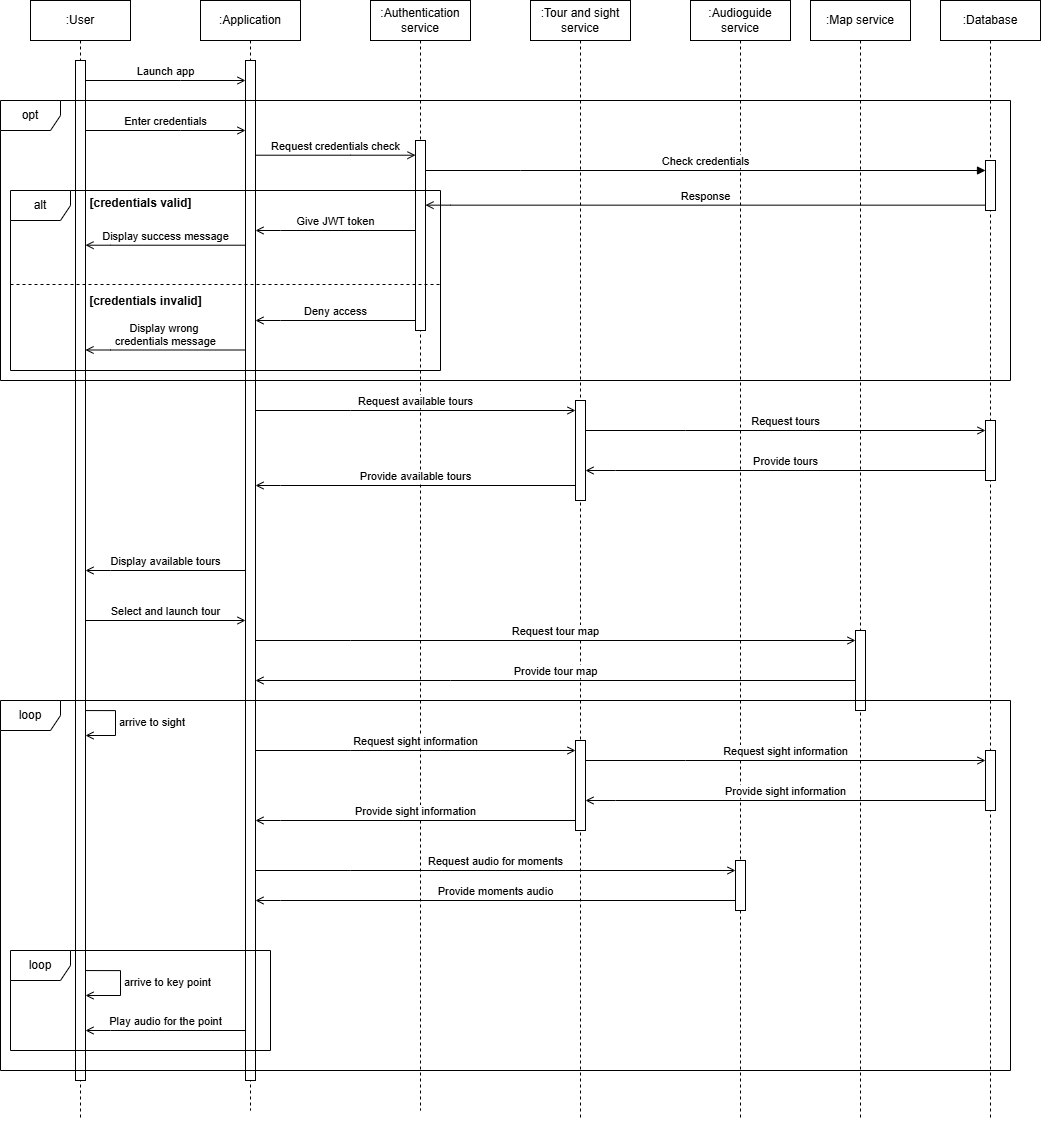
This is documentation/diagrams/Sequence Diagram.png from LatinMapsLives/GigaGuide, a draw.io export, as it was before one commit. Source tidied: cells renumbered, new cells last; positions are measured from the earlier drawing's top-left corner, leaving out a move shared by most shapes.
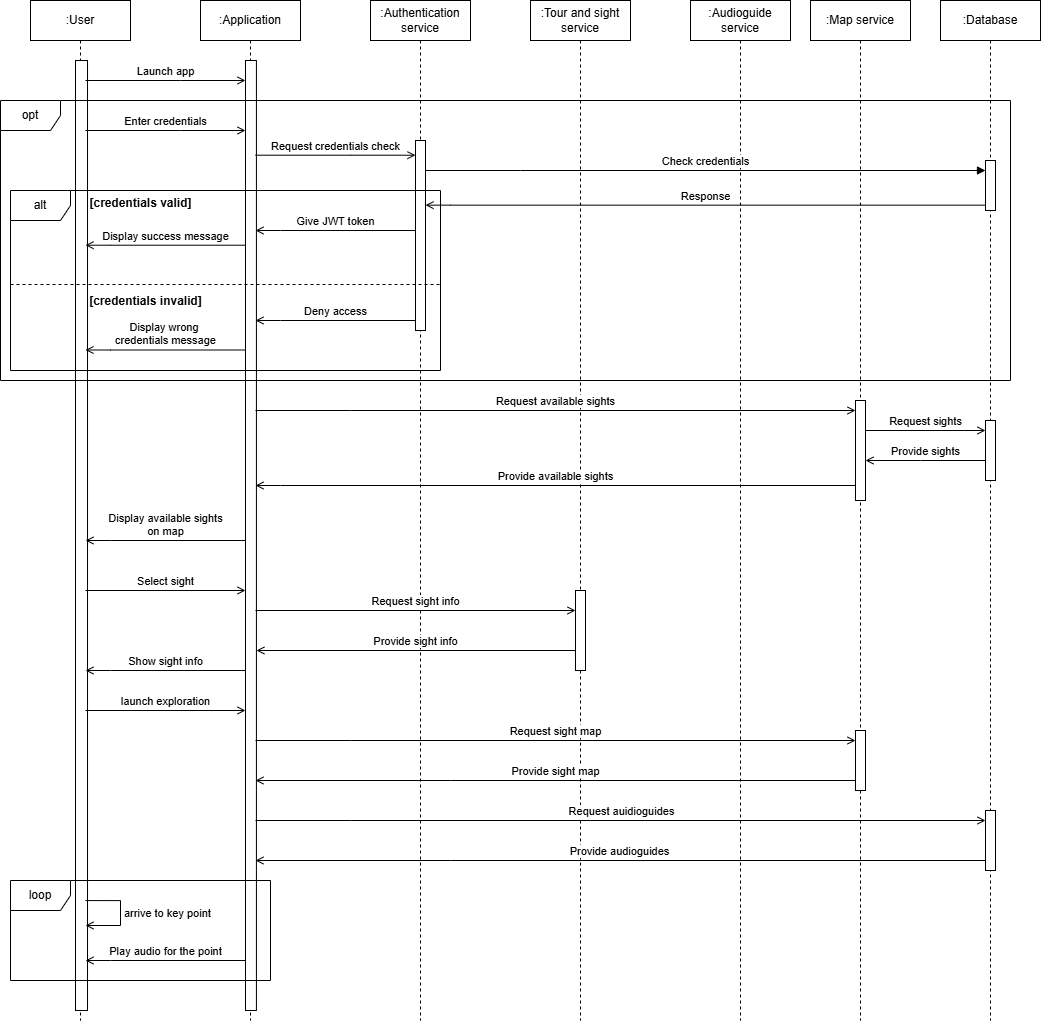
Above is the later version.

Change to the diagram source:
```diff
@@ -3,64 +3,91 @@
     <mxCell id="0" />
     <mxCell id="1" parent="0" />
     <mxCell id="2" value=":Application" style="shape=umlLifeline;perimeter=lifelinePerimeter;whiteSpace=wrap;html=1;newEdgeStyle={&quot;curved&quot;:0,&quot;rounded&quot;:0};" parent="1" vertex="1">
-      <mxGeometry x="200" width="100" height="1110" as="geometry" />
+      <mxGeometry x="200" width="100" height="1020" as="geometry" />
     </mxCell>
     <mxCell id="3" style="html=1;points=[[0,0,0,0,5],[0,1,0,0,-5],[1,0,0,0,5],[1,1,0,0,-5]];perimeter=orthogonalPerimeter;outlineConnect=0;targetShapes=umlLifeline;portConstraint=eastwest;newEdgeStyle={&quot;curved&quot;:0,&quot;rounded&quot;:0};" parent="1" vertex="1">
-      <mxGeometry x="245" y="60" width="10" height="1020" as="geometry" />
+      <mxGeometry x="245" y="60" width="10.9" height="950" as="geometry" />
     </mxCell>
     <mxCell id="4" value=":User" style="shape=umlLifeline;perimeter=lifelinePerimeter;whiteSpace=wrap;html=1;newEdgeStyle={&quot;curved&quot;:0,&quot;rounded&quot;:0};" parent="1" vertex="1">
-      <mxGeometry x="30" width="100" height="1120" as="geometry" />
+      <mxGeometry x="30" width="100" height="1020" as="geometry" />
     </mxCell>
     <mxCell id="5" style="html=1;perimeter=orthogonalPerimeter;targetShapes=umlLifeline;newEdgeStyle={&quot;curved&quot;:0,&quot;rounded&quot;:0};" parent="4" vertex="1">
-      <mxGeometry x="45" y="60" width="10" height="1020" as="geometry" />
+      <mxGeometry x="45" y="60" width="12" height="950" as="geometry" />
     </mxCell>
-    <mxCell id="6" value="arrive to sight" style="html=1;align=left;spacingLeft=2;endArrow=open;rounded=0;edgeStyle=orthogonalEdgeStyle;curved=0;rounded=0;endFill=0;" parent="4" edge="1">
-      <mxGeometry relative="1" as="geometry">
-        <mxPoint x="55" y="710.1" as="sourcePoint" />
-        <mxPoint x="55" y="735" as="targetPoint" />
-        <Array as="points">
-          <mxPoint x="85" y="710" />
-          <mxPoint x="85" y="735" />
-        </Array>
-      </mxGeometry>
-    </mxCell>
-    <mxCell id="7" value="arrive to key point" style="html=1;align=left;spacingLeft=2;endArrow=open;rounded=0;edgeStyle=orthogonalEdgeStyle;curved=0;rounded=0;endFill=0;" parent="4" edge="1">
-      <mxGeometry relative="1" as="geometry">
-        <mxPoint x="55" y="970.1" as="sourcePoint" />
-        <mxPoint x="55" y="995" as="targetPoint" />
-        <Array as="points">
-          <mxPoint x="90" y="970" />
-          <mxPoint x="90" y="995" />
-        </Array>
-      </mxGeometry>
-    </mxCell>
     <mxCell id="8" value=":Database" style="shape=umlLifeline;perimeter=lifelinePerimeter;whiteSpace=wrap;html=1;newEdgeStyle={&quot;curved&quot;:0,&quot;rounded&quot;:0};" parent="1" vertex="1">
-      <mxGeometry x="940" width="100" height="1120" as="geometry" />
+      <mxGeometry x="940" width="100" height="1020" as="geometry" />
     </mxCell>
+    <mxCell id="52" style="html=1;points=[[0,0,0,0,5],[0,1,0,0,-5],[1,0,0,0,5],[1,1,0,0,-5]];perimeter=orthogonalPerimeter;outlineConnect=0;targetShapes=umlLifeline;portConstraint=eastwest;newEdgeStyle={&quot;curved&quot;:0,&quot;rounded&quot;:0};" parent="8" vertex="1">
+      <mxGeometry x="45" y="810" width="10" height="60" as="geometry" />
+    </mxCell>
     <mxCell id="9" value=":Authentication service" style="shape=umlLifeline;perimeter=lifelinePerimeter;whiteSpace=wrap;html=1;newEdgeStyle={&quot;curved&quot;:0,&quot;rounded&quot;:0};" parent="1" vertex="1">
-      <mxGeometry x="370" width="100" height="1110" as="geometry" />
+      <mxGeometry x="370" width="100" height="1020" as="geometry" />
     </mxCell>
     <mxCell id="10" value=":Tour and sight service" style="shape=umlLifeline;perimeter=lifelinePerimeter;whiteSpace=wrap;html=1;newEdgeStyle={&quot;curved&quot;:0,&quot;rounded&quot;:0};" parent="1" vertex="1">
-      <mxGeometry x="530" width="100" height="1120" as="geometry" />
+      <mxGeometry x="530" width="100" height="1020" as="geometry" />
     </mxCell>
+    <mxCell id="53" style="html=1;perimeter=orthogonalPerimeter;targetShapes=umlLifeline;newEdgeStyle={&quot;curved&quot;:0,&quot;rounded&quot;:0};" parent="10" vertex="1">
+      <mxGeometry x="45" y="590" width="10" height="80" as="geometry" />
+    </mxCell>
+    <mxCell id="13" value=":Audioguide service" style="shape=umlLifeline;perimeter=lifelinePerimeter;whiteSpace=wrap;html=1;newEdgeStyle={&quot;curved&quot;:0,&quot;rounded&quot;:0};" parent="1" vertex="1">
+      <mxGeometry x="690" width="100" height="1020" as="geometry" />
+    </mxCell>
+    <mxCell id="15" value=":Map service" style="shape=umlLifeline;perimeter=lifelinePerimeter;whiteSpace=wrap;html=1;newEdgeStyle={&quot;curved&quot;:0,&quot;rounded&quot;:0};" parent="1" vertex="1">
+      <mxGeometry x="810" width="100" height="1020" as="geometry" />
+    </mxCell>
-    <mxCell id="11" style="html=1;points=[[0,0,0,0,5],[0,1,0,0,-5],[1,0,0,0,5],[1,1,0,0,-5]];perimeter=orthogonalPerimeter;outlineConnect=0;targetShapes=umlLifeline;portConstraint=eastwest;newEdgeStyle={&quot;curved&quot;:0,&quot;rounded&quot;:0};" parent="10" vertex="1">
+    <mxCell id="11" style="html=1;points=[[0,0,0,0,5],[0,1,0,0,-5],[1,0,0,0,5],[1,1,0,0,-5]];perimeter=orthogonalPerimeter;outlineConnect=0;targetShapes=umlLifeline;portConstraint=eastwest;newEdgeStyle={&quot;curved&quot;:0,&quot;rounded&quot;:0};" parent="15" vertex="1">
       <mxGeometry x="45" y="400" width="10" height="100" as="geometry" />
     </mxCell>
-    <mxCell id="12" style="html=1;points=[[0,0,0,0,5],[0,1,0,0,-5],[1,0,0,0,5],[1,1,0,0,-5]];perimeter=orthogonalPerimeter;outlineConnect=0;targetShapes=umlLifeline;portConstraint=eastwest;newEdgeStyle={&quot;curved&quot;:0,&quot;rounded&quot;:0};" parent="10" vertex="1">
-      <mxGeometry x="45" y="740" width="10" height="90" as="geometry" />
-    </mxCell>
-    <mxCell id="13" value=":Audioguide service" style="shape=umlLifeline;perimeter=lifelinePerimeter;whiteSpace=wrap;html=1;newEdgeStyle={&quot;curved&quot;:0,&quot;rounded&quot;:0};" parent="1" vertex="1">
-      <mxGeometry x="690" width="100" height="1120" as="geometry" />
-    </mxCell>
-    <mxCell id="14" style="html=1;points=[[0,0,0,0,5],[0,1,0,0,-5],[1,0,0,0,5],[1,1,0,0,-5]];perimeter=orthogonalPerimeter;outlineConnect=0;targetShapes=umlLifeline;portConstraint=eastwest;newEdgeStyle={&quot;curved&quot;:0,&quot;rounded&quot;:0};" parent="13" vertex="1">
-      <mxGeometry x="45" y="860" width="10" height="50" as="geometry" />
-    </mxCell>
-    <mxCell id="15" value=":Map service" style="shape=umlLifeline;perimeter=lifelinePerimeter;whiteSpace=wrap;html=1;newEdgeStyle={&quot;curved&quot;:0,&quot;rounded&quot;:0};" parent="1" vertex="1">
-      <mxGeometry x="810" width="100" height="1120" as="geometry" />
-    </mxCell>
     <mxCell id="16" style="html=1;points=[[0,0,0,0,5],[0,1,0,0,-5],[1,0,0,0,5],[1,1,0,0,-5]];perimeter=orthogonalPerimeter;outlineConnect=0;targetShapes=umlLifeline;portConstraint=eastwest;newEdgeStyle={&quot;curved&quot;:0,&quot;rounded&quot;:0};" parent="15" vertex="1">
-      <mxGeometry x="45" y="630" width="10" height="80" as="geometry" />
+      <mxGeometry x="45" y="730" width="10" height="60" as="geometry" />
     </mxCell>
+    <mxCell id="33" value="Display available sights&lt;div&gt;on map&lt;/div&gt;" style="html=1;verticalAlign=bottom;endArrow=open;curved=0;rounded=0;endFill=0;" parent="15" edge="1">
+      <mxGeometry relative="1" as="geometry">
+        <mxPoint x="-565" y="540" as="sourcePoint" />
+        <mxPoint x="-725" y="540" as="targetPoint" />
+        <Array as="points">
+          <mxPoint x="-700" y="540" />
+        </Array>
+      </mxGeometry>
+    </mxCell>
+    <mxCell id="34" value="Select sight" style="html=1;verticalAlign=bottom;endArrow=open;curved=0;rounded=0;endFill=0;" parent="15" edge="1">
+      <mxGeometry relative="1" as="geometry">
+        <mxPoint x="-725" y="590" as="sourcePoint" />
+        <mxPoint x="-565" y="590" as="targetPoint" />
+      </mxGeometry>
+    </mxCell>
+    <mxCell id="35" value="Request sight map" style="html=1;verticalAlign=bottom;endArrow=open;curved=0;rounded=0;endFill=0;" parent="15" edge="1" target="16">
+      <mxGeometry relative="1" as="geometry">
+        <mxPoint x="-555" y="740" as="sourcePoint" />
+        <Array as="points">
+          <mxPoint x="-460" y="740" />
+        </Array>
+      </mxGeometry>
+    </mxCell>
+    <mxCell id="38" value="Provide sight map" style="html=1;verticalAlign=bottom;endArrow=open;curved=0;rounded=0;endFill=0;" parent="15" edge="1" source="16">
+      <mxGeometry relative="1" as="geometry">
+        <mxPoint x="-555" y="780" as="targetPoint" />
+        <Array as="points">
+          <mxPoint x="-360" y="780" />
+        </Array>
+      </mxGeometry>
+    </mxCell>
+    <mxCell id="54" value="Request auidioguides" style="html=1;verticalAlign=bottom;endArrow=open;curved=0;rounded=0;endFill=0;" parent="15" edge="1" target="52">
+      <mxGeometry relative="1" as="geometry">
+        <mxPoint x="-555" y="820" as="sourcePoint" />
+        <Array as="points">
+          <mxPoint x="-460" y="820" />
+        </Array>
+      </mxGeometry>
+    </mxCell>
+    <mxCell id="55" value="Provide audioguides" style="html=1;verticalAlign=bottom;endArrow=open;curved=0;rounded=0;endFill=0;" parent="15" edge="1" source="52">
+      <mxGeometry relative="1" as="geometry">
+        <mxPoint x="-555" y="860" as="targetPoint" />
+        <Array as="points">
+          <mxPoint x="-360" y="860" />
+        </Array>
+      </mxGeometry>
+    </mxCell>
     <mxCell id="17" value="opt" style="shape=umlFrame;whiteSpace=wrap;html=1;" parent="1" vertex="1">
       <mxGeometry y="100" width="1010" height="280" as="geometry" />
     </mxCell>
@@ -161,139 +188,85 @@
     <mxCell id="32" value="&lt;span style=&quot;&quot;&gt;[credentials invalid]&lt;/span&gt;" style="text;align=center;fontStyle=1;verticalAlign=middle;spacingLeft=3;spacingRight=3;strokeColor=none;html=1;" parent="1" vertex="1">
       <mxGeometry x="100" y="288" width="90" height="26" as="geometry" />
     </mxCell>
-    <mxCell id="33" value="Display available tours" style="html=1;verticalAlign=bottom;endArrow=open;curved=0;rounded=0;endFill=0;" parent="1" edge="1">
-      <mxGeometry relative="1" as="geometry">
-        <mxPoint x="245" y="570" as="sourcePoint" />
-        <mxPoint x="85" y="570" as="targetPoint" />
-        <Array as="points">
-          <mxPoint x="110" y="570" />
-        </Array>
-      </mxGeometry>
-    </mxCell>
-    <mxCell id="34" value="Select and launch tour" style="html=1;verticalAlign=bottom;endArrow=open;curved=0;rounded=0;endFill=0;" parent="1" edge="1">
-      <mxGeometry relative="1" as="geometry">
-        <mxPoint x="85" y="620" as="sourcePoint" />
-        <mxPoint x="245" y="620" as="targetPoint" />
-      </mxGeometry>
-    </mxCell>
-    <mxCell id="35" value="Request tour map" style="html=1;verticalAlign=bottom;endArrow=open;curved=0;rounded=0;endFill=0;" parent="1" edge="1" target="16">
-      <mxGeometry relative="1" as="geometry">
-        <mxPoint x="255" y="640" as="sourcePoint" />
-        <Array as="points">
-          <mxPoint x="350" y="640" />
-        </Array>
-      </mxGeometry>
-    </mxCell>
-    <mxCell id="36" value="Request available tours" style="html=1;verticalAlign=bottom;endArrow=open;curved=0;rounded=0;endFill=0;" parent="1" edge="1">
+    <mxCell id="36" value="Request available sights" style="html=1;verticalAlign=bottom;endArrow=open;curved=0;rounded=0;endFill=0;" parent="1" edge="1" target="11">
       <mxGeometry relative="1" as="geometry">
         <mxPoint x="255" y="410" as="sourcePoint" />
-        <mxPoint x="575" y="410" as="targetPoint" />
         <Array as="points">
           <mxPoint x="350" y="410" />
         </Array>
       </mxGeometry>
     </mxCell>
-    <mxCell id="37" value="Provide available tours" style="html=1;verticalAlign=bottom;endArrow=open;curved=0;rounded=0;endFill=0;" parent="1" edge="1">
+    <mxCell id="37" value="Provide available sights" style="html=1;verticalAlign=bottom;endArrow=open;curved=0;rounded=0;endFill=0;" parent="1" edge="1" source="11">
       <mxGeometry relative="1" as="geometry">
-        <mxPoint x="575" y="485" as="sourcePoint" />
         <mxPoint x="255" y="485" as="targetPoint" />
         <Array as="points">
           <mxPoint x="280" y="485" />
         </Array>
       </mxGeometry>
     </mxCell>
-    <mxCell id="38" value="Provide tour map" style="html=1;verticalAlign=bottom;endArrow=open;curved=0;rounded=0;endFill=0;" parent="1" edge="1" source="16">
-      <mxGeometry relative="1" as="geometry">
-        <mxPoint x="255" y="680" as="targetPoint" />
-        <Array as="points">
-          <mxPoint x="450" y="680" />
-        </Array>
-      </mxGeometry>
-    </mxCell>
-    <mxCell id="39" value="loop" style="shape=umlFrame;whiteSpace=wrap;html=1;" parent="1" vertex="1">
-      <mxGeometry y="700" width="1010" height="370" as="geometry" />
-    </mxCell>
-    <mxCell id="40" value="Request sight information" style="html=1;verticalAlign=bottom;endArrow=open;curved=0;rounded=0;endFill=0;" parent="1" edge="1">
-      <mxGeometry relative="1" as="geometry">
-        <mxPoint x="255" y="750" as="sourcePoint" />
-        <mxPoint x="575" y="750" as="targetPoint" />
-        <Array as="points">
-          <mxPoint x="350" y="750" />
-        </Array>
-      </mxGeometry>
-    </mxCell>
-    <mxCell id="41" value="Provide sight information" style="html=1;verticalAlign=bottom;endArrow=open;curved=0;rounded=0;endFill=0;" parent="1" edge="1">
-      <mxGeometry relative="1" as="geometry">
-        <mxPoint x="575" y="820" as="sourcePoint" />
-        <mxPoint x="255" y="820" as="targetPoint" />
-        <Array as="points">
-          <mxPoint x="280" y="820" />
-        </Array>
-      </mxGeometry>
-    </mxCell>
-    <mxCell id="42" value="Request audio for moments" style="html=1;verticalAlign=bottom;endArrow=open;curved=0;rounded=0;endFill=0;" parent="1" edge="1" target="14">
-      <mxGeometry relative="1" as="geometry">
-        <mxPoint x="255" y="870" as="sourcePoint" />
-        <Array as="points">
-          <mxPoint x="350" y="870" />
-        </Array>
-      </mxGeometry>
-    </mxCell>
-    <mxCell id="43" value="Provide moments audio" style="html=1;verticalAlign=bottom;endArrow=open;curved=0;rounded=0;endFill=0;" parent="1" edge="1" source="14">
-      <mxGeometry relative="1" as="geometry">
-        <mxPoint x="255" y="900" as="targetPoint" />
-        <Array as="points">
-          <mxPoint x="280" y="900" />
-        </Array>
-      </mxGeometry>
-    </mxCell>
-    <mxCell id="44" value="loop" style="shape=umlFrame;whiteSpace=wrap;html=1;" parent="1" vertex="1">
-      <mxGeometry x="10" y="950" width="260" height="100" as="geometry" />
-    </mxCell>
-    <mxCell id="45" value="Play audio for the point" style="html=1;verticalAlign=bottom;endArrow=open;curved=0;rounded=0;endFill=0;" parent="1" edge="1">
-      <mxGeometry relative="1" as="geometry">
-        <mxPoint x="245" y="1030" as="sourcePoint" />
-        <mxPoint x="85" y="1030" as="targetPoint" />
-        <Array as="points">
-          <mxPoint x="110" y="1030" />
-        </Array>
-      </mxGeometry>
-    </mxCell>
-    <mxCell id="46" style="html=1;points=[[0,0,0,0,5],[0,1,0,0,-5],[1,0,0,0,5],[1,1,0,0,-5]];perimeter=orthogonalPerimeter;outlineConnect=0;targetShapes=umlLifeline;portConstraint=eastwest;newEdgeStyle={&quot;curved&quot;:0,&quot;rounded&quot;:0};" parent="1" vertex="1">
-      <mxGeometry x="985" y="750" width="10" height="60" as="geometry" />
-    </mxCell>
-    <mxCell id="47" value="Request sight information" style="html=1;verticalAlign=bottom;endArrow=open;curved=0;rounded=0;endFill=0;" parent="1" edge="1" source="12" target="46">
-      <mxGeometry relative="1" as="geometry">
-        <Array as="points">
-          <mxPoint x="685" y="760" />
-        </Array>
-      </mxGeometry>
-    </mxCell>
-    <mxCell id="48" value="Provide sight information" style="html=1;verticalAlign=bottom;endArrow=open;curved=0;rounded=0;endFill=0;" parent="1" edge="1" source="46" target="12">
-      <mxGeometry relative="1" as="geometry">
-        <Array as="points">
-          <mxPoint x="615" y="800" />
-        </Array>
-      </mxGeometry>
-    </mxCell>
     <mxCell id="49" style="html=1;points=[[0,0,0,0,5],[0,1,0,0,-5],[1,0,0,0,5],[1,1,0,0,-5]];perimeter=orthogonalPerimeter;outlineConnect=0;targetShapes=umlLifeline;portConstraint=eastwest;newEdgeStyle={&quot;curved&quot;:0,&quot;rounded&quot;:0};" parent="1" vertex="1">
       <mxGeometry x="985" y="420" width="10" height="60" as="geometry" />
     </mxCell>
-    <mxCell id="50" value="Request tours" style="html=1;verticalAlign=bottom;endArrow=open;curved=0;rounded=0;endFill=0;" parent="1" edge="1" target="49">
+    <mxCell id="50" value="Request sights" style="html=1;verticalAlign=bottom;endArrow=open;curved=0;rounded=0;endFill=0;" parent="1" edge="1">
       <mxGeometry relative="1" as="geometry">
-        <mxPoint x="585" y="430" as="sourcePoint" />
-        <Array as="points">
-          <mxPoint x="685" y="430" />
-        </Array>
+        <mxPoint x="865" y="430" as="sourcePoint" />
+        <mxPoint x="985" y="430" as="targetPoint" />
       </mxGeometry>
     </mxCell>
-    <mxCell id="51" value="Provide tours" style="html=1;verticalAlign=bottom;endArrow=open;curved=0;rounded=0;endFill=0;" parent="1" edge="1" source="49">
+    <mxCell id="51" value="Provide sights" style="html=1;verticalAlign=bottom;endArrow=open;curved=0;rounded=0;endFill=0;" parent="1" edge="1" source="49" target="11">
       <mxGeometry relative="1" as="geometry">
-        <mxPoint x="585" y="470" as="targetPoint" />
         <Array as="points">
-          <mxPoint x="615" y="470" />
+          <mxPoint x="920" y="460" />
         </Array>
       </mxGeometry>
     </mxCell>
+    <mxCell id="56" value="Request sight info" style="html=1;verticalAlign=bottom;endArrow=open;curved=0;rounded=0;endFill=0;" parent="1" edge="1">
+      <mxGeometry relative="1" as="geometry">
+        <mxPoint x="255" y="610" as="sourcePoint" />
+        <mxPoint x="575" y="610" as="targetPoint" />
+      </mxGeometry>
+    </mxCell>
+    <mxCell id="57" value="Provide sight info" style="html=1;verticalAlign=bottom;endArrow=open;curved=0;rounded=0;endFill=0;" parent="1" edge="1" target="3">
+      <mxGeometry relative="1" as="geometry">
+        <mxPoint x="575" y="650" as="sourcePoint" />
+      </mxGeometry>
+    </mxCell>
+    <mxCell id="58" value="Show sight info" style="html=1;verticalAlign=bottom;endArrow=open;curved=0;rounded=0;endFill=0;" parent="1" edge="1">
+      <mxGeometry relative="1" as="geometry">
+        <mxPoint x="245" y="670" as="sourcePoint" />
+        <mxPoint x="85" y="670" as="targetPoint" />
+        <Array as="points">
+          <mxPoint x="110" y="670" />
+        </Array>
+      </mxGeometry>
+    </mxCell>
+    <mxCell id="59" value="launch exploration" style="html=1;verticalAlign=bottom;endArrow=open;curved=0;rounded=0;endFill=0;" parent="1" edge="1">
+      <mxGeometry relative="1" as="geometry">
+        <mxPoint x="85" y="710" as="sourcePoint" />
+        <mxPoint x="245" y="710" as="targetPoint" />
+      </mxGeometry>
+    </mxCell>
+    <mxCell id="7" value="arrive to key point" style="html=1;align=left;spacingLeft=2;endArrow=open;rounded=0;edgeStyle=orthogonalEdgeStyle;curved=0;rounded=0;endFill=0;" parent="1" edge="1">
+      <mxGeometry relative="1" as="geometry">
+        <mxPoint x="85" y="900.1" as="sourcePoint" />
+        <mxPoint x="85" y="925" as="targetPoint" />
+        <Array as="points">
+          <mxPoint x="120" y="900" />
+          <mxPoint x="120" y="925" />
+        </Array>
+      </mxGeometry>
+    </mxCell>
+    <mxCell id="44" value="loop" style="shape=umlFrame;whiteSpace=wrap;html=1;" parent="1" vertex="1">
+      <mxGeometry x="10" y="880" width="260" height="100" as="geometry" />
+    </mxCell>
+    <mxCell id="45" value="Play audio for the point" style="html=1;verticalAlign=bottom;endArrow=open;curved=0;rounded=0;endFill=0;" parent="1" edge="1">
+      <mxGeometry relative="1" as="geometry">
+        <mxPoint x="245" y="960" as="sourcePoint" />
+        <mxPoint x="85" y="960" as="targetPoint" />
+        <Array as="points">
+          <mxPoint x="110" y="960" />
+        </Array>
+      </mxGeometry>
+    </mxCell>
   </root>
 </mxGraphModel>
```
